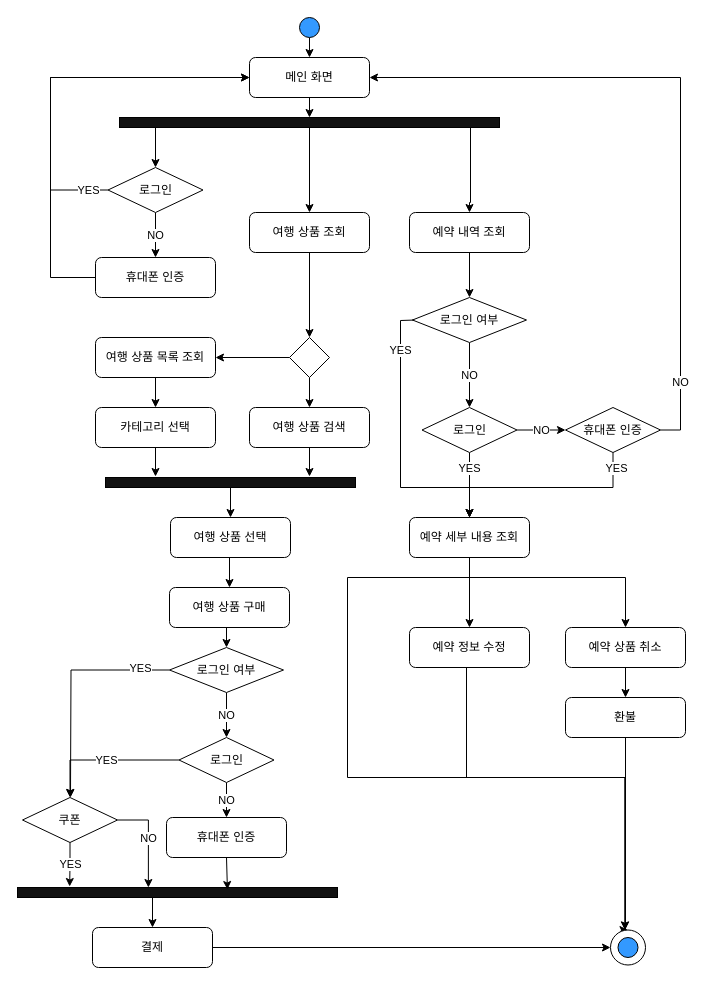
Above: 제목 없는 다이어그램.drawio in VegetableKim/- (draw.io), before the change. Source tidied: cells renumbered, new cells numbered last; positions are measured from the earlier drawing's top-left corner, leaving out a move shared by most shapes. Both pictures are drawn from the tidied source at 100%, with x=0, y=0 at pixel (17, 17).
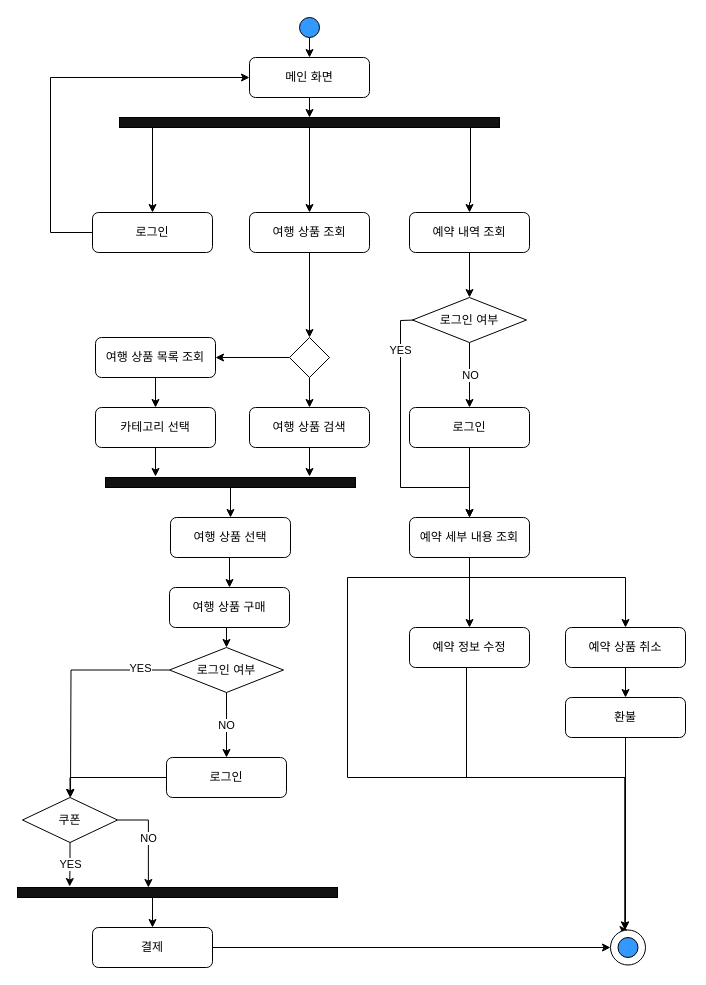
The same page after the edit.

Commit message:
제목 없는 다이어그램.drawio 업데이트

The change refers to these unchanged cells:
```xml
<mxCell id="5" value="메인 화면" style="rounded=1;whiteSpace=wrap;html=1;" parent="1" vertex="1">
  <mxGeometry x="232" y="40" width="120" height="40" as="geometry" />
</mxCell>
<mxCell id="9" style="rounded=0;whiteSpace=wrap;html=1;fillColor=#121212;" parent="1" vertex="1">
  <mxGeometry x="102" y="100" width="380" height="10" as="geometry" />
</mxCell>
<mxCell id="39" style="rounded=0;whiteSpace=wrap;html=1;fillColor=#121212;" parent="1" vertex="1">
  <mxGeometry y="870" width="320" height="10" as="geometry" />
</mxCell>
<mxCell id="41" value="쿠폰" style="rhombus;whiteSpace=wrap;html=1;" parent="1" vertex="1">
  <mxGeometry x="5" y="780" width="95" height="45" as="geometry" />
</mxCell>
<mxCell id="58" value="예약 세부 내용 조회" style="rounded=1;whiteSpace=wrap;html=1;" parent="1" vertex="1">
  <mxGeometry x="392" y="500" width="120" height="40" as="geometry" />
</mxCell>
<mxCell id="66" value="로그인 여부" style="rhombus;whiteSpace=wrap;html=1;" parent="1" vertex="1">
  <mxGeometry x="395" y="280" width="114" height="45" as="geometry" />
</mxCell>
<mxCell id="69" value="로그인 여부" style="rhombus;whiteSpace=wrap;html=1;" parent="1" vertex="1">
  <mxGeometry x="152" y="630" width="114" height="45" as="geometry" />
</mxCell>
```

Diff of the diagram source:
```diff
@@
-    <mxCell id="8" style="edgeStyle=orthogonalEdgeStyle;rounded=0;jettySize=auto;html=1;exitX=0.25;exitY=1;exitDx=0;exitDy=0;entryX=0.5;entryY=0;entryDx=0;entryDy=0;" parent="1" edge="1" source="9" target="61">
-      <mxGeometry relative="1" as="geometry">
-        <Array as="points">
-          <mxPoint x="138" y="110" />
-        </Array>
-      </mxGeometry>
-    </mxCell>
+    <mxCell id="70" style="edgeStyle=orthogonalEdgeStyle;rounded=0;jettySize=auto;html=1;exitX=0.25;exitY=1;exitDx=0;exitDy=0;entryX=0.5;entryY=0;entryDx=0;entryDy=0;" parent="1" edge="1" source="9" target="72">
+      <mxGeometry relative="1" as="geometry">
+        <Array as="points">
+          <mxPoint x="135" y="110" />
+        </Array>
+      </mxGeometry>
+    </mxCell>
@@
-    <mxCell id="35" value="YES" style="edgeStyle=orthogonalEdgeStyle;rounded=0;jettySize=auto;html=1;exitX=0;exitY=0.5;exitDx=0;exitDy=0;entryX=0.5;entryY=0;entryDx=0;entryDy=0;" parent="1" edge="1" source="37" target="41">
-      <mxGeometry relative="1" as="geometry" />
-    </mxCell>
-    <mxCell id="36" value="NO" style="edgeStyle=orthogonalEdgeStyle;rounded=0;jettySize=auto;html=1;exitX=0.5;exitY=1;exitDx=0;exitDy=0;entryX=0.5;entryY=0;entryDx=0;entryDy=0;" parent="1" edge="1" source="37" target="50">
-      <mxGeometry relative="1" as="geometry" />
-    </mxCell>
-    <mxCell id="37" value="로그인" style="rhombus;whiteSpace=wrap;html=1;" parent="1" vertex="1">
-      <mxGeometry x="161.5" y="720" width="95" height="45" as="geometry" />
-    </mxCell>
@@
-    <mxCell id="47" value="YES" style="edgeStyle=orthogonalEdgeStyle;rounded=0;jettySize=auto;html=1;exitX=0.5;exitY=1;exitDx=0;exitDy=0;entryX=0.5;entryY=0;entryDx=0;entryDy=0;entryPerimeter=0;" parent="1" edge="1" source="49" target="58">
+    <mxCell id="47" style="edgeStyle=orthogonalEdgeStyle;rounded=0;jettySize=auto;html=1;exitX=0.5;exitY=1;exitDx=0;exitDy=0;entryX=0.5;entryY=0;entryDx=0;entryDy=0;entryPerimeter=0;" parent="1" edge="1" source="71" target="58">
       <mxGeometry x="-0.5" relative="1" as="geometry" />
     </mxCell>
-    <mxCell id="48" value="NO" style="edgeStyle=orthogonalEdgeStyle;rounded=0;jettySize=auto;html=1;exitX=1;exitY=0.5;exitDx=0;exitDy=0;entryX=0;entryY=0.5;entryDx=0;entryDy=0;" parent="1" edge="1" source="49" target="54">
-      <mxGeometry relative="1" as="geometry" />
-    </mxCell>
-    <mxCell id="49" value="로그인" style="rhombus;whiteSpace=wrap;html=1;" parent="1" vertex="1">
-      <mxGeometry x="404.5" y="390" width="95" height="45" as="geometry" />
-    </mxCell>
-    <mxCell id="50" value="휴대폰 인증" style="rounded=1;whiteSpace=wrap;html=1;" parent="1" vertex="1">
-      <mxGeometry x="149" y="800" width="120" height="40" as="geometry" />
-    </mxCell>
-    <mxCell id="51" style="edgeStyle=orthogonalEdgeStyle;rounded=0;jettySize=auto;html=1;exitX=0.5;exitY=1;exitDx=0;exitDy=0;entryX=0.656;entryY=0.2;entryDx=0;entryDy=0;entryPerimeter=0;" parent="1" edge="1" source="50" target="39">
-      <mxGeometry relative="1" as="geometry" />
-    </mxCell>
-    <mxCell id="52" value="YES" style="edgeStyle=orthogonalEdgeStyle;rounded=0;jettySize=auto;html=1;exitX=0.5;exitY=1;exitDx=0;exitDy=0;entryX=0.5;entryY=0;entryDx=0;entryDy=0;" parent="1" edge="1" source="54" target="58">
-      <mxGeometry x="-0.85" y="3" relative="1" as="geometry">
-        <Array as="points">
-          <mxPoint x="596" y="470" />
-          <mxPoint x="452" y="470" />
-        </Array>
-      </mxGeometry>
-    </mxCell>
-    <mxCell id="53" value="NO" style="edgeStyle=orthogonalEdgeStyle;rounded=0;jettySize=auto;html=1;exitX=1;exitY=0.5;exitDx=0;exitDy=0;entryX=1;entryY=0.5;entryDx=0;entryDy=0;" parent="1" edge="1" source="54" target="5">
-      <mxGeometry x="-0.8" relative="1" as="geometry" />
-    </mxCell>
-    <mxCell id="54" value="휴대폰 인증" style="rhombus;whiteSpace=wrap;html=1;" parent="1" vertex="1">
-      <mxGeometry x="548" y="390" width="95" height="45" as="geometry" />
-    </mxCell>
@@
-    <mxCell id="59" value="NO" style="edgeStyle=orthogonalEdgeStyle;rounded=0;jettySize=auto;html=1;exitX=0.5;exitY=1;exitDx=0;exitDy=0;entryX=0.5;entryY=0;entryDx=0;entryDy=0;" parent="1" edge="1" source="61" target="63">
-      <mxGeometry relative="1" as="geometry" />
-    </mxCell>
-    <mxCell id="60" value="YES" style="edgeStyle=orthogonalEdgeStyle;rounded=0;jettySize=auto;html=1;exitX=0;exitY=0.5;exitDx=0;exitDy=0;entryX=0;entryY=0.5;entryDx=0;entryDy=0;" parent="1" edge="1" source="61" target="5">
-      <mxGeometry x="-0.89" relative="1" as="geometry">
+    <mxCell id="60" style="edgeStyle=orthogonalEdgeStyle;rounded=0;jettySize=auto;html=1;exitX=0;exitY=0.5;exitDx=0;exitDy=0;entryX=0;entryY=0.5;entryDx=0;entryDy=0;" parent="1" edge="1" source="72" target="5">
+      <mxGeometry x="-0.69" y="61" relative="1" as="geometry">
         <Array as="points">
-          <mxPoint x="33" y="173" />
+          <mxPoint x="33" y="215" />
           <mxPoint x="33" y="60" />
         </Array>
+        <mxPoint x="41" y="58" as="offset" />
       </mxGeometry>
     </mxCell>
-    <mxCell id="61" value="로그인" style="rhombus;whiteSpace=wrap;html=1;" parent="1" vertex="1">
-      <mxGeometry x="90.5" y="150" width="95" height="45" as="geometry" />
-    </mxCell>
-    <mxCell id="62" style="edgeStyle=orthogonalEdgeStyle;rounded=0;jettySize=auto;html=1;exitX=0;exitY=0.5;exitDx=0;exitDy=0;entryX=0;entryY=0.5;entryDx=0;entryDy=0;" parent="1" edge="1" source="63" target="5">
-      <mxGeometry relative="1" as="geometry">
-        <Array as="points">
-          <mxPoint x="33" y="260" />
-          <mxPoint x="33" y="60" />
-        </Array>
-      </mxGeometry>
-    </mxCell>
-    <mxCell id="63" value="휴대폰 인증" style="rounded=1;whiteSpace=wrap;html=1;" parent="1" vertex="1">
-      <mxGeometry x="78" y="240" width="120" height="40" as="geometry" />
-    </mxCell>
-    <mxCell id="64" value="NO" style="edgeStyle=orthogonalEdgeStyle;rounded=0;jettySize=auto;html=1;exitX=0.5;exitY=1;exitDx=0;exitDy=0;entryX=0.5;entryY=0;entryDx=0;entryDy=0;" parent="1" edge="1" source="66" target="49">
-      <mxGeometry relative="1" as="geometry" />
+    <mxCell id="64" value="NO" style="edgeStyle=orthogonalEdgeStyle;rounded=0;jettySize=auto;html=1;exitX=0.5;exitY=1;exitDx=0;exitDy=0;entryX=0.5;entryY=0;entryDx=0;entryDy=0;" parent="1" edge="1" source="66">
+      <mxGeometry relative="1" as="geometry">
+        <mxPoint x="452" y="390" as="targetPoint" />
+      </mxGeometry>
     </mxCell>
@@
-    <mxCell id="67" value="NO" style="edgeStyle=orthogonalEdgeStyle;rounded=0;jettySize=auto;html=1;exitX=0.5;exitY=1;exitDx=0;exitDy=0;entryX=0.5;entryY=0;entryDx=0;entryDy=0;" parent="1" edge="1" source="69" target="37">
+    <mxCell id="67" value="NO" style="edgeStyle=orthogonalEdgeStyle;rounded=0;jettySize=auto;html=1;exitX=0.5;exitY=1;exitDx=0;exitDy=0;entryX=0.5;entryY=0;entryDx=0;entryDy=0;" parent="1" edge="1" source="69" target="74">
       <mxGeometry relative="1" as="geometry" />
     </mxCell>
@@
+    <mxCell id="71" value="로그인" style="rounded=1;whiteSpace=wrap;html=1;" parent="1" vertex="1">
+      <mxGeometry x="392" y="390" width="120" height="40" as="geometry" />
+    </mxCell>
+    <mxCell id="72" value="로그인" style="rounded=1;whiteSpace=wrap;html=1;" parent="1" vertex="1">
+      <mxGeometry x="75" y="195" width="120" height="40" as="geometry" />
+    </mxCell>
+    <mxCell id="73" style="edgeStyle=orthogonalEdgeStyle;rounded=0;jettySize=auto;html=1;exitX=0;exitY=0.5;exitDx=0;exitDy=0;entryX=0.5;entryY=0;entryDx=0;entryDy=0;" parent="1" edge="1" source="74" target="41">
+      <mxGeometry relative="1" as="geometry" />
+    </mxCell>
+    <mxCell id="74" value="로그인" style="rounded=1;whiteSpace=wrap;html=1;" parent="1" vertex="1">
+      <mxGeometry x="149" y="740" width="120" height="40" as="geometry" />
+    </mxCell>
```
